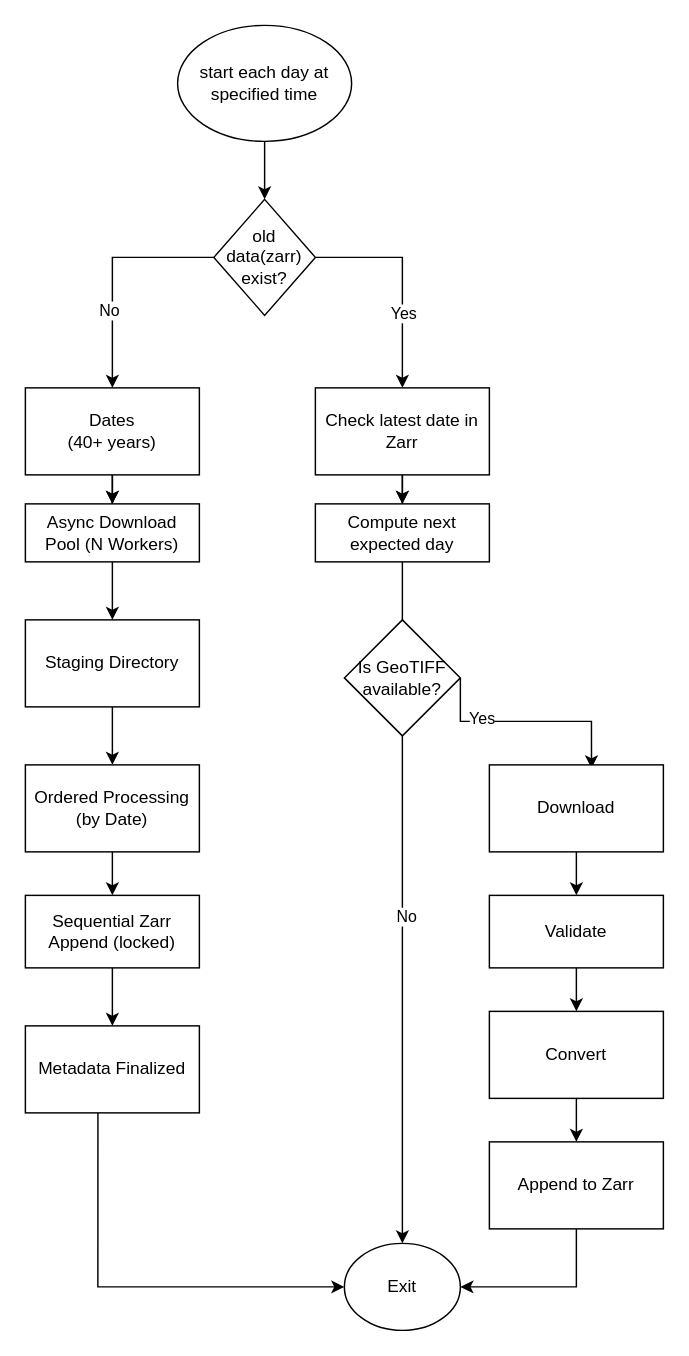
The draw.io diagram documentation/bootstrapandincremental.drawio in itswael/uf-chirps-zarr, before the edit. Source tidied: cells renumbered, new cells numbered last; positions are measured from the earlier drawing's top-left corner, leaving out a move shared by most shapes. Both pictures are drawn from the tidied source at 145%, with x=0, y=0 at pixel (25, 25).
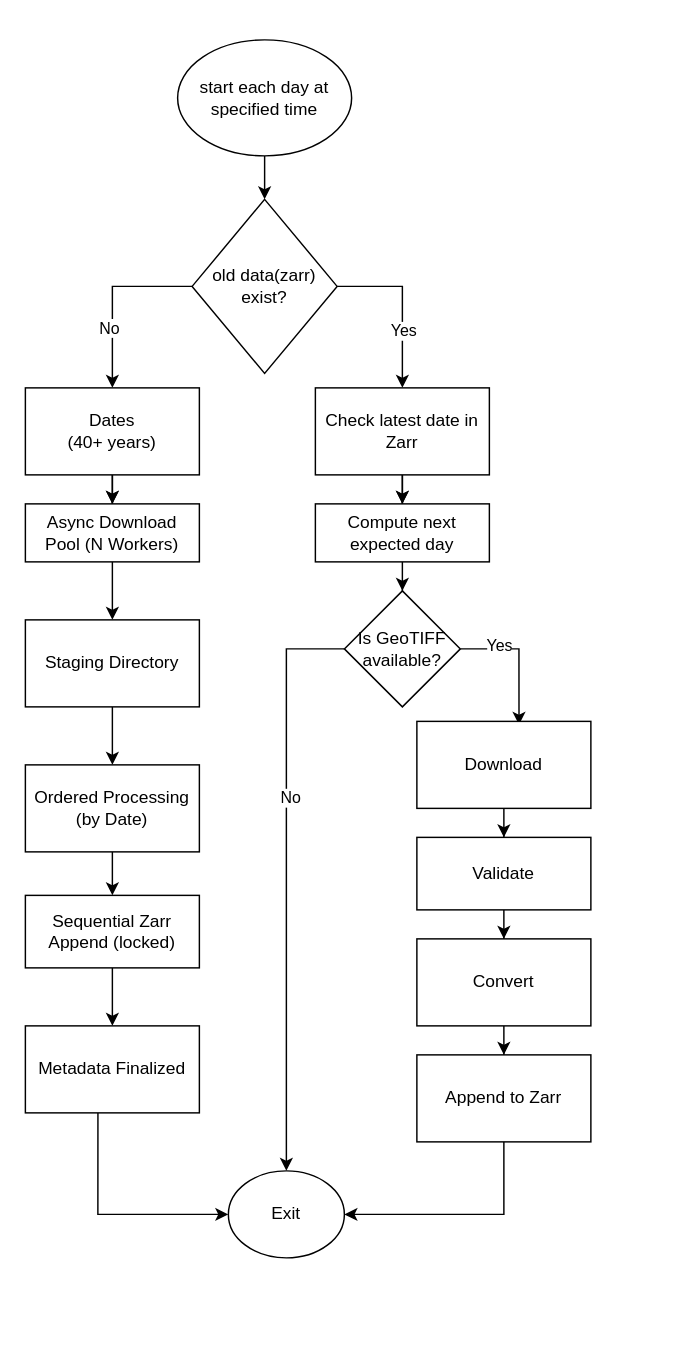
Above is the later version.

Unchanged cells that the change refers to:
```xml
<mxCell id="4" value="Dates&lt;br&gt;(40+ years)" style="rounded=0;whiteSpace=wrap;html=1;" parent="1" vertex="1">
  <mxGeometry y="250" width="120" height="60" as="geometry" />
</mxCell>
<mxCell id="17" value="Check latest date in Zarr" style="rounded=0;whiteSpace=wrap;html=1;" parent="1" vertex="1">
  <mxGeometry x="200" y="250" width="120" height="60" as="geometry" />
</mxCell>
<mxCell id="19" value="Compute next expected day" style="rounded=0;whiteSpace=wrap;html=1;" parent="1" vertex="1">
  <mxGeometry x="200" y="330" width="120" height="40" as="geometry" />
</mxCell>
```

Diff of the diagram source:
```diff
@@
-    <mxCell id="18" style="edgeStyle=orthogonalEdgeStyle;rounded=0;jettySize=auto;html=1;" parent="1" edge="1" source="19">
-      <mxGeometry relative="1" as="geometry">
-        <mxPoint x="260" y="440" as="targetPoint" />
-      </mxGeometry>
-    </mxCell>
@@
     <mxCell id="20" style="edgeStyle=orthogonalEdgeStyle;rounded=0;jettySize=auto;html=1;exitX=1;exitY=0.5;exitDx=0;exitDy=0;entryX=0.587;entryY=0.04;entryDx=0;entryDy=0;entryPerimeter=0;" parent="1" edge="1" source="32" target="23">
       <mxGeometry relative="1" as="geometry">
         <Array as="points">
-          <mxPoint x="390" y="480" />
+          <mxPoint x="340" y="430" />
         </Array>
       </mxGeometry>
     </mxCell>
@@
     <mxCell id="23" value="Download" style="rounded=0;whiteSpace=wrap;html=1;" parent="1" vertex="1">
-      <mxGeometry x="320" y="510" width="120" height="60" as="geometry" />
+      <mxGeometry x="270" y="480" width="120" height="60" as="geometry" />
     </mxCell>
@@
     <mxCell id="25" value="Convert" style="rounded=0;whiteSpace=wrap;html=1;" parent="1" vertex="1">
-      <mxGeometry x="320" y="680" width="120" height="60" as="geometry" />
+      <mxGeometry x="270" y="630" width="120" height="60" as="geometry" />
     </mxCell>
@@
     <mxCell id="27" value="Validate" style="rounded=0;whiteSpace=wrap;html=1;" parent="1" vertex="1">
-      <mxGeometry x="320" y="600" width="120" height="50" as="geometry" />
+      <mxGeometry x="270" y="560" width="120" height="50" as="geometry" />
     </mxCell>
@@
     <mxCell id="29" value="Append to Zarr" style="rounded=0;whiteSpace=wrap;html=1;" parent="1" vertex="1">
-      <mxGeometry x="320" y="770" width="120" height="60" as="geometry" />
+      <mxGeometry x="270" y="710" width="120" height="60" as="geometry" />
     </mxCell>
     <mxCell id="30" style="edgeStyle=orthogonalEdgeStyle;rounded=0;jettySize=auto;html=1;" parent="1" edge="1" source="32" target="33">
-      <mxGeometry relative="1" as="geometry" />
+      <mxGeometry relative="1" as="geometry">
+        <Array as="points">
+          <mxPoint x="180" y="430" />
+        </Array>
+      </mxGeometry>
     </mxCell>
@@
-    <mxCell id="32" value="Is GeoTIFF available?" style="rhombus;whiteSpace=wrap;html=1;" parent="1" vertex="1">
-      <mxGeometry x="220" y="410" width="80" height="80" as="geometry" />
-    </mxCell>
     <mxCell id="33" value="Exit" style="ellipse;whiteSpace=wrap;html=1;" parent="1" vertex="1">
-      <mxGeometry x="220" y="840" width="80" height="60" as="geometry" />
+      <mxGeometry x="140" y="790" width="80" height="60" as="geometry" />
     </mxCell>
-    <mxCell id="34" style="edgeStyle=orthogonalEdgeStyle;rounded=0;jettySize=auto;html=1;entryX=0.5;entryY=0;entryDx=0;entryDy=0;" parent="1" edge="1" source="38" target="4">
-      <mxGeometry relative="1" as="geometry" />
+    <mxCell id="34" style="edgeStyle=orthogonalEdgeStyle;rounded=0;jettySize=auto;html=1;entryX=0.5;entryY=0;entryDx=0;entryDy=0;exitX=0;exitY=0.5;exitDx=0;exitDy=0;" parent="1" edge="1" source="38" target="4">
+      <mxGeometry relative="1" as="geometry">
+        <Array as="points">
+          <mxPoint x="60" y="180" />
+        </Array>
+      </mxGeometry>
     </mxCell>
@@
-    <mxCell id="36" style="edgeStyle=orthogonalEdgeStyle;rounded=0;jettySize=auto;html=1;" parent="1" edge="1" source="38" target="17">
+    <mxCell id="36" style="edgeStyle=orthogonalEdgeStyle;rounded=0;jettySize=auto;html=1;exitX=1;exitY=0.5;exitDx=0;exitDy=0;" parent="1" edge="1" source="38" target="17">
       <mxGeometry relative="1" as="geometry">
         <Array as="points">
-          <mxPoint x="260" y="160" />
+          <mxPoint x="260" y="180" />
         </Array>
       </mxGeometry>
     </mxCell>
@@
     <mxCell id="38" value="old data(zarr) exist?" style="rhombus;whiteSpace=wrap;html=1;" parent="1" vertex="1">
-      <mxGeometry x="130" y="120" width="70" height="80" as="geometry" />
+      <mxGeometry x="115" y="120" width="100" height="120" as="geometry" />
     </mxCell>
@@
     <mxCell id="40" value="start each day at specified time" style="ellipse;whiteSpace=wrap;html=1;" parent="1" vertex="1">
-      <mxGeometry x="105" width="120" height="80" as="geometry" />
+      <mxGeometry x="105" y="10" width="120" height="80" as="geometry" />
     </mxCell>
+    <mxCell id="41" style="edgeStyle=orthogonalEdgeStyle;rounded=0;jettySize=auto;html=1;" parent="1" edge="1" source="19" target="32">
+      <mxGeometry relative="1" as="geometry" />
+    </mxCell>
+    <mxCell id="32" value="Is GeoTIFF available?" style="rhombus;whiteSpace=wrap;html=1;" parent="1" vertex="1">
+      <mxGeometry x="220" y="390" width="80" height="80" as="geometry" />
+    </mxCell>
```
